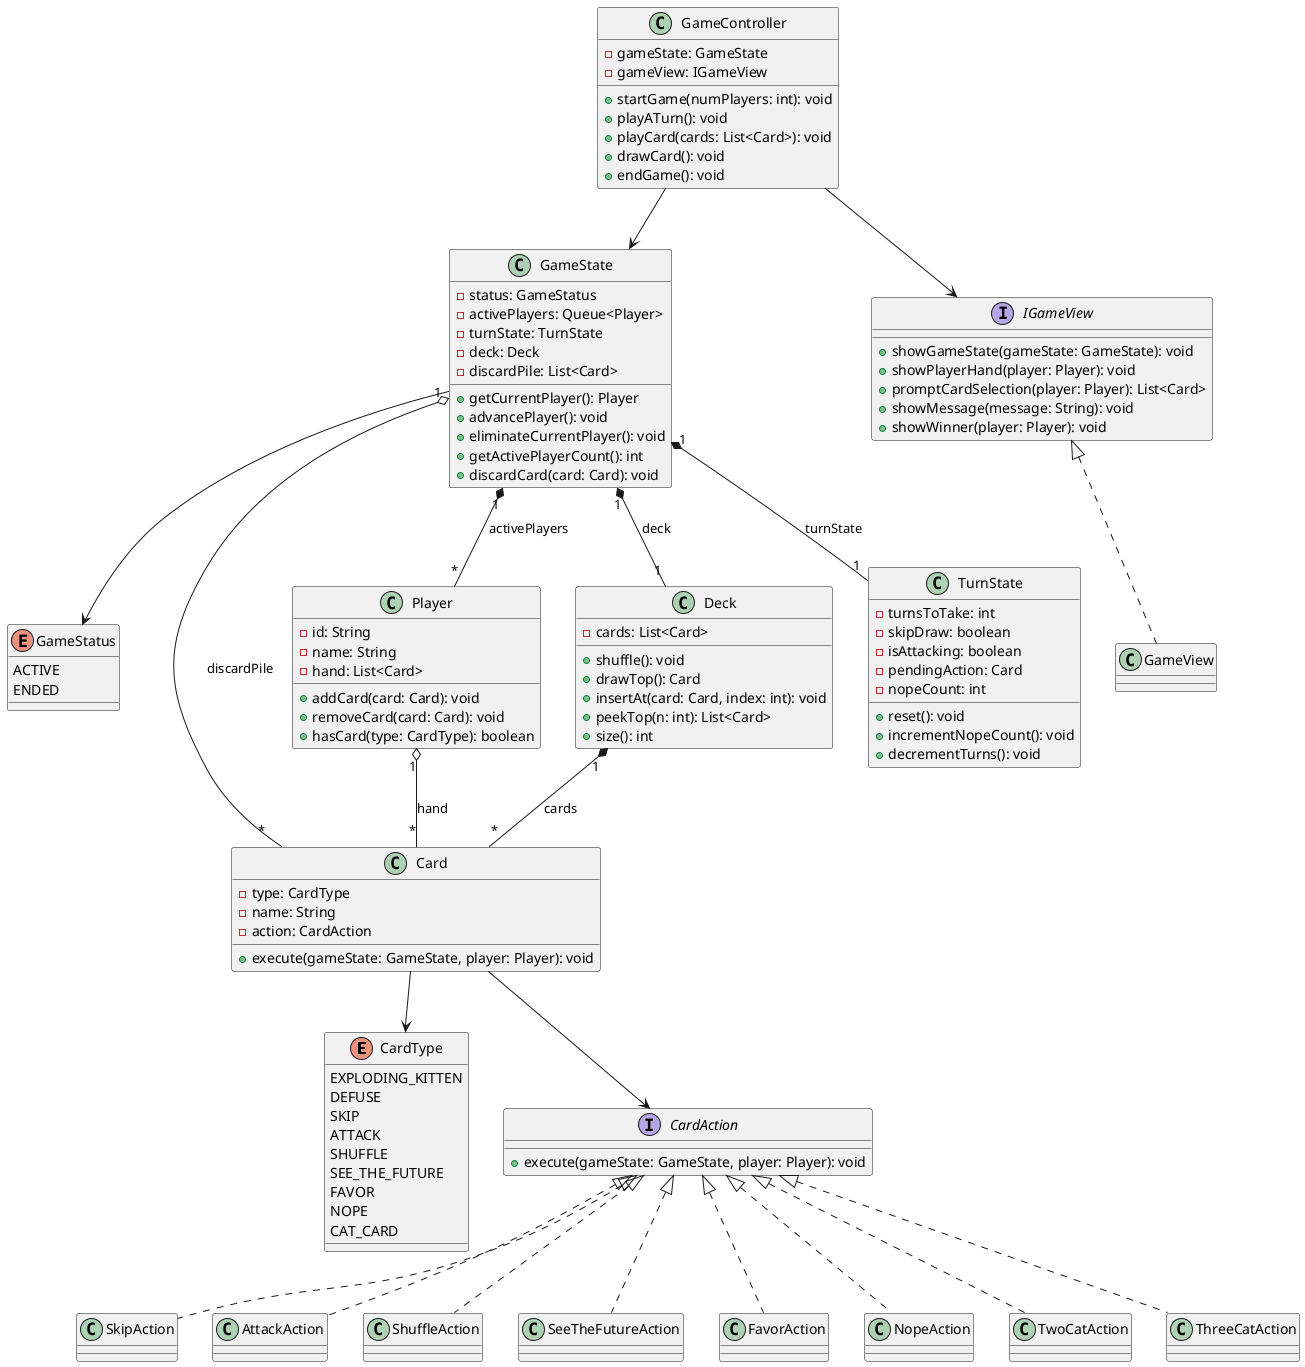
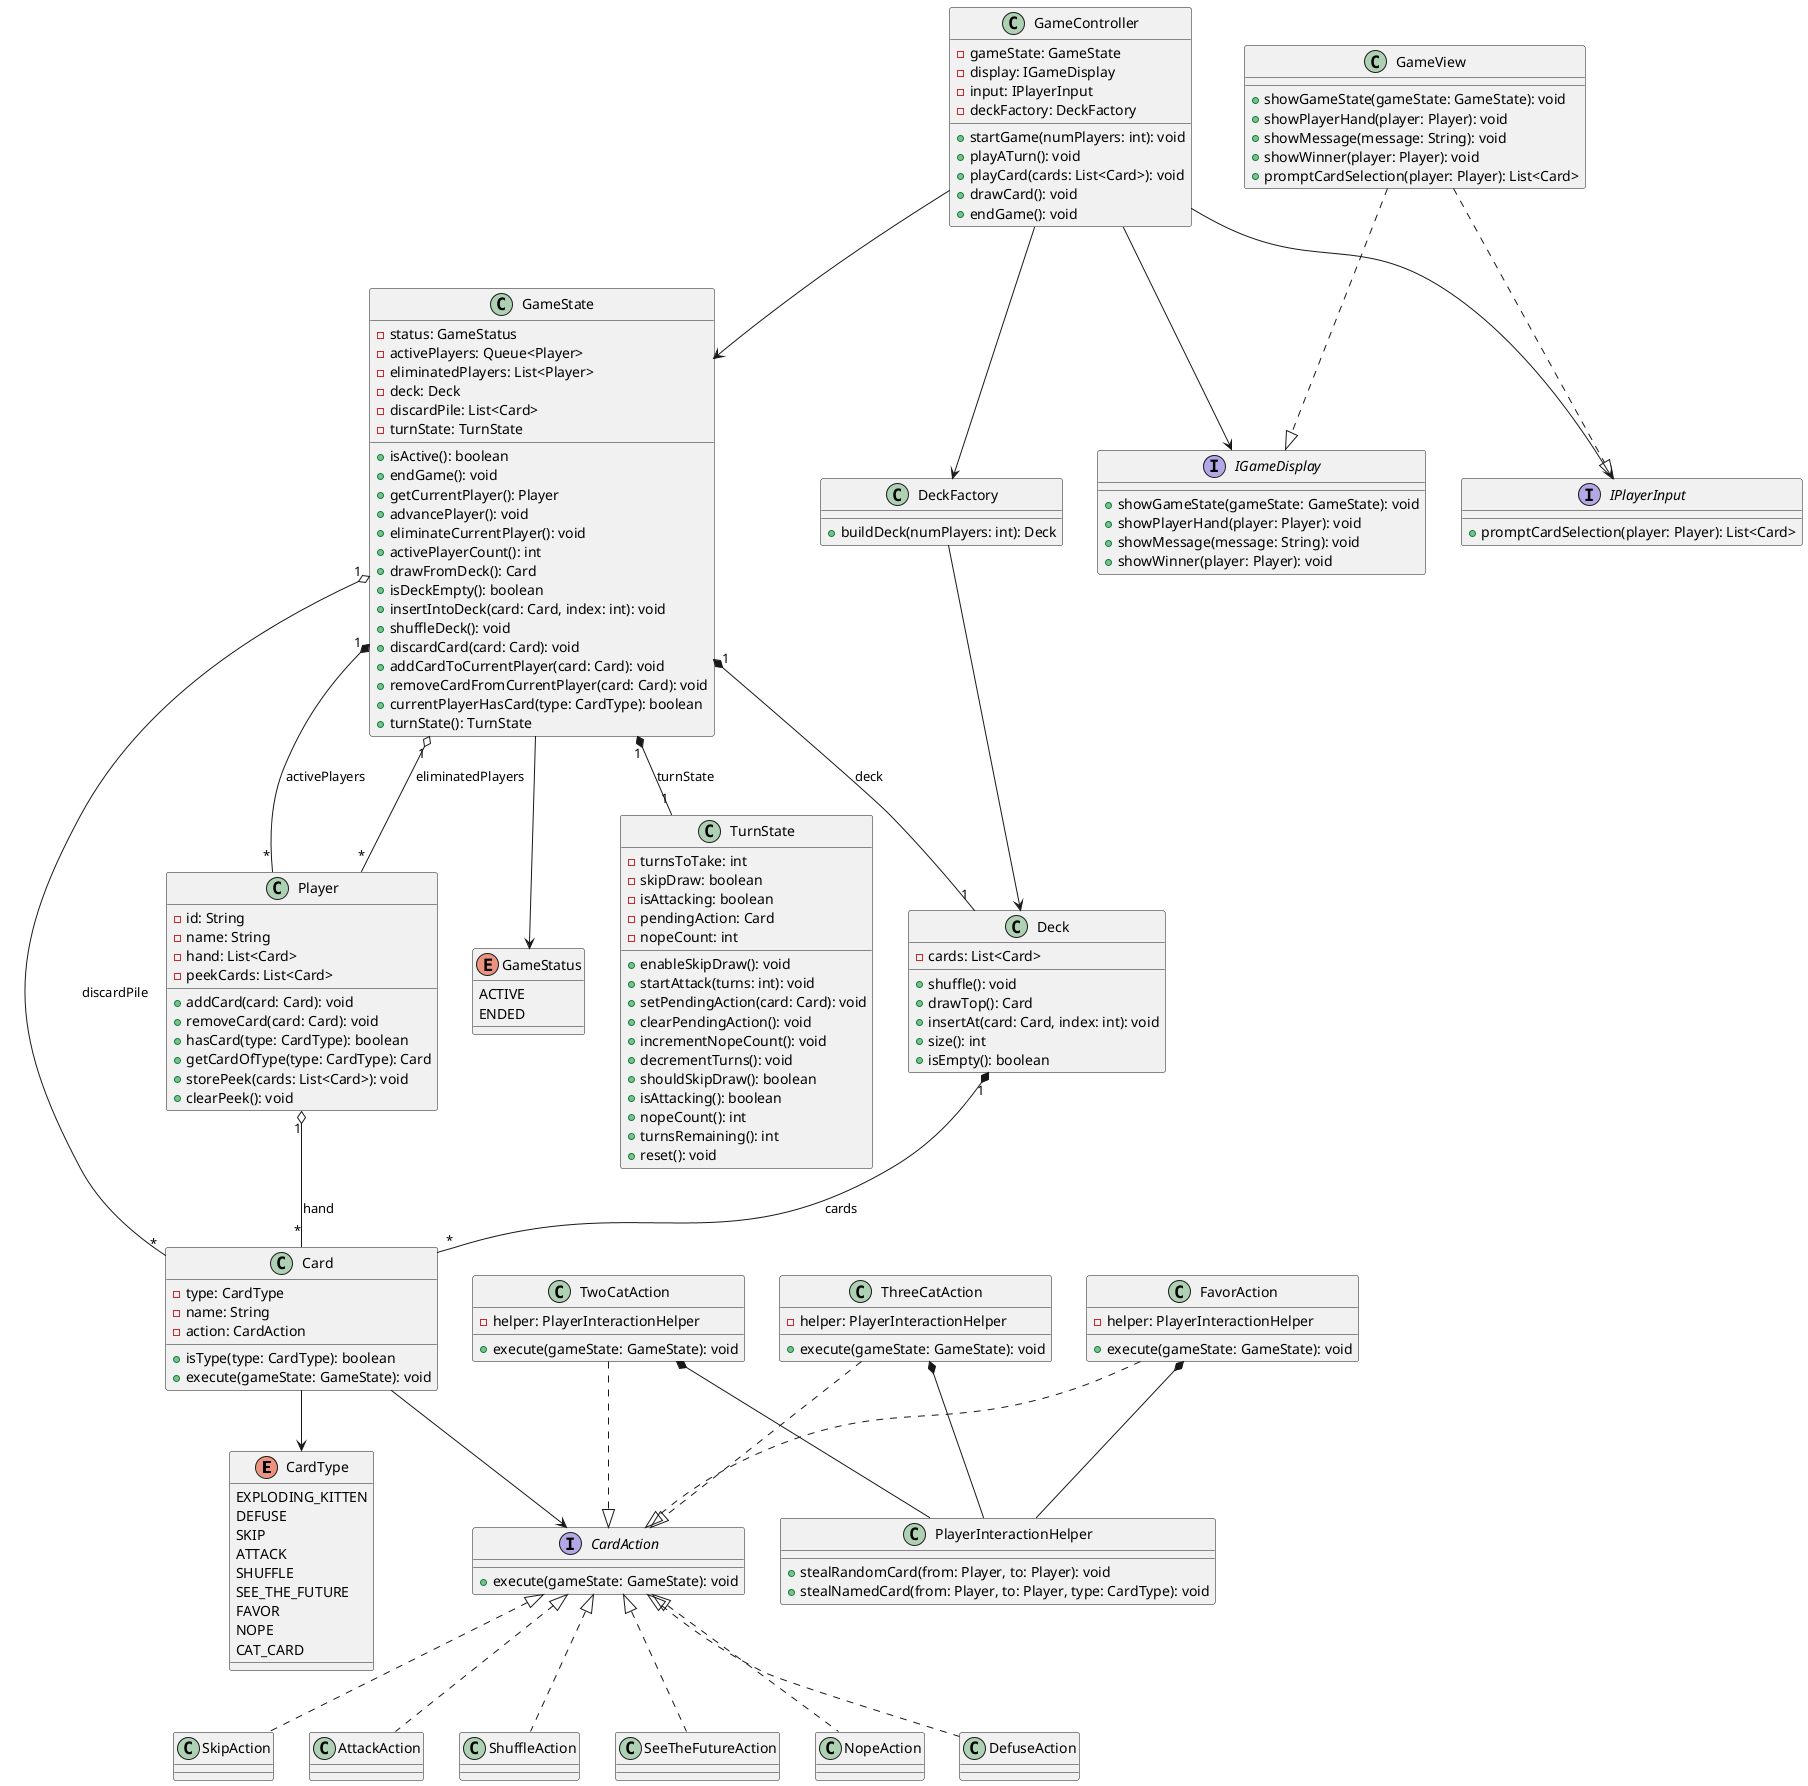
@startuml Exploding Kittens Class Diagram

' ── Enums ────────────────────────────────────────────────
enum CardType {
  EXPLODING_KITTEN
  DEFUSE
  SKIP
  ATTACK
  SHUFFLE
  SEE_THE_FUTURE
  FAVOR
  NOPE
  CAT_CARD
}

enum GameStatus {
  ACTIVE
  ENDED
}

' ── Card Action Strategy ──────────────────────────────────
interface CardAction {
-   + execute(gameState: GameState, player: Player): void
+   + execute(gameState: GameState): void
}

class SkipAction implements CardAction
class AttackAction implements CardAction
class ShuffleAction implements CardAction
class SeeTheFutureAction implements CardAction
- class FavorAction implements CardAction
class NopeAction implements CardAction
- class TwoCatAction implements CardAction
- class ThreeCatAction implements CardAction
+ class DefuseAction implements CardAction
+ 
+ class PlayerInteractionHelper {
+   + stealRandomCard(from: Player, to: Player): void
+   + stealNamedCard(from: Player, to: Player, type: CardType): void
+ }
+ 
+ class FavorAction {
+   - helper: PlayerInteractionHelper
+   + execute(gameState: GameState): void
+ }
+ 
+ class TwoCatAction {
+   - helper: PlayerInteractionHelper
+   + execute(gameState: GameState): void
+ }
+ 
+ class ThreeCatAction {
+   - helper: PlayerInteractionHelper
+   + execute(gameState: GameState): void
+ }
+ 
+ FavorAction    ..|> CardAction
+ TwoCatAction   ..|> CardAction
+ ThreeCatAction ..|> CardAction

' ── Model ────────────────────────────────────────────────
class Card {
  - type: CardType
  - name: String
  - action: CardAction
-   + execute(gameState: GameState, player: Player): void
+   + isType(type: CardType): boolean
+   + execute(gameState: GameState): void
}

class Player {
  - id: String
  - name: String
  - hand: List<Card>
+   - peekCards: List<Card>
  + addCard(card: Card): void
  + removeCard(card: Card): void
  + hasCard(type: CardType): boolean
+   + getCardOfType(type: CardType): Card
+   + storePeek(cards: List<Card>): void
+   + clearPeek(): void
}

class Deck {
  - cards: List<Card>
  + shuffle(): void
  + drawTop(): Card
  + insertAt(card: Card, index: int): void
-   + peekTop(n: int): List<Card>
  + size(): int
+   + isEmpty(): boolean
+ }
+ 
+ class DeckFactory {
+   + buildDeck(numPlayers: int): Deck
}

class TurnState {
  - turnsToTake: int
  - skipDraw: boolean
  - isAttacking: boolean
  - pendingAction: Card
  - nopeCount: int
-   + reset(): void
+   + enableSkipDraw(): void
+   + startAttack(turns: int): void
+   + setPendingAction(card: Card): void
+   + clearPendingAction(): void
  + incrementNopeCount(): void
  + decrementTurns(): void
+   + shouldSkipDraw(): boolean
+   + isAttacking(): boolean
+   + nopeCount(): int
+   + turnsRemaining(): int
+   + reset(): void
}

class GameState {
  - status: GameStatus
  - activePlayers: Queue<Player>
-   - turnState: TurnState
+   - eliminatedPlayers: List<Player>
  - deck: Deck
  - discardPile: List<Card>
+   - turnState: TurnState
+   + isActive(): boolean
+   + endGame(): void
  + getCurrentPlayer(): Player
  + advancePlayer(): void
  + eliminateCurrentPlayer(): void
-   + getActivePlayerCount(): int
+   + activePlayerCount(): int
+   + drawFromDeck(): Card
+   + isDeckEmpty(): boolean
+   + insertIntoDeck(card: Card, index: int): void
+   + shuffleDeck(): void
  + discardCard(card: Card): void
+   + addCardToCurrentPlayer(card: Card): void
+   + removeCardFromCurrentPlayer(card: Card): void
+   + currentPlayerHasCard(type: CardType): boolean
+   + turnState(): TurnState
}

' ── View ─────────────────────────────────────────────────
- interface IGameView {
+ interface IGameDisplay {
  + showGameState(gameState: GameState): void
  + showPlayerHand(player: Player): void
-   + promptCardSelection(player: Player): List<Card>
  + showMessage(message: String): void
  + showWinner(player: Player): void
}

- class GameView implements IGameView
+ interface IPlayerInput {
+   + promptCardSelection(player: Player): List<Card>
+ }
+ 
+ class GameView {
+   + showGameState(gameState: GameState): void
+   + showPlayerHand(player: Player): void
+   + showMessage(message: String): void
+   + showWinner(player: Player): void
+   + promptCardSelection(player: Player): List<Card>
+ }
+ 
+ GameView ..|> IGameDisplay
+ GameView ..|> IPlayerInput

' ── Controller ───────────────────────────────────────────
class GameController {
  - gameState: GameState
-   - gameView: IGameView
+   - display: IGameDisplay
+   - input: IPlayerInput
+   - deckFactory: DeckFactory
  + startGame(numPlayers: int): void
  + playATurn(): void
  + playCard(cards: List<Card>): void
  + drawCard(): void
  + endGame(): void
}

' ── Relationships ─────────────────────────────────────────
Card --> CardType
Card --> CardAction

GameState --> GameStatus
- GameState "1" *-- "1"   Deck    : deck
- GameState "1" *-- "*"   Player  : activePlayers
+ GameState "1" *-- "1"   Deck      : deck
+ GameState "1" *-- "*"   Player    : activePlayers
+ GameState "1" o-- "*"   Player    : eliminatedPlayers
GameState "1" *-- "1"   TurnState : turnState
- GameState "1" o-- "*"   Card    : discardPile
+ GameState "1" o-- "*"   Card      : discardPile

Player "1" o-- "*" Card : hand
Deck   "1" *-- "*" Card : cards

+ FavorAction    *-- PlayerInteractionHelper
+ TwoCatAction   *-- PlayerInteractionHelper
+ ThreeCatAction *-- PlayerInteractionHelper
+ 
GameController --> GameState
- GameController --> IGameView
+ GameController --> IGameDisplay
+ GameController --> IPlayerInput
+ GameController --> DeckFactory
+ 
+ DeckFactory --> Deck

@enduml